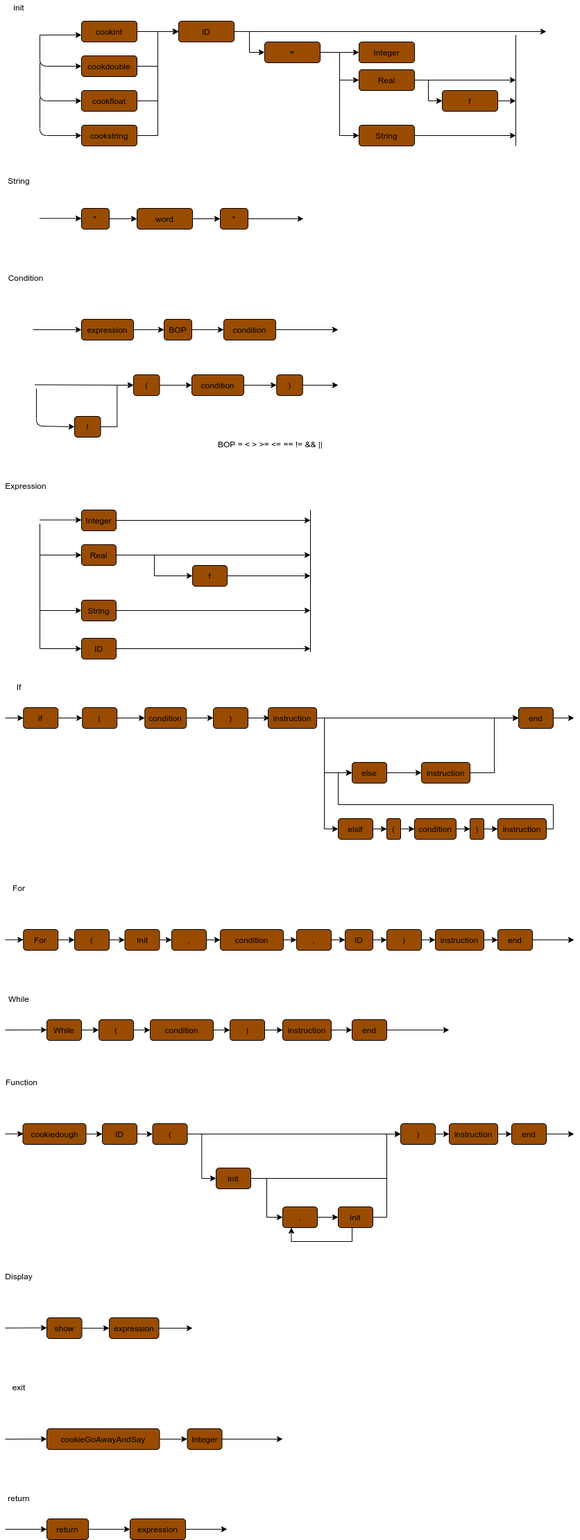
The draw.io diagram img/diagCode.drawio.png in cookiehacker29/CookieLang, before a commit. Source tidied: cells renumbered, new cells last; positions are measured from the earlier drawing's top-left corner, leaving out a move shared by most shapes.
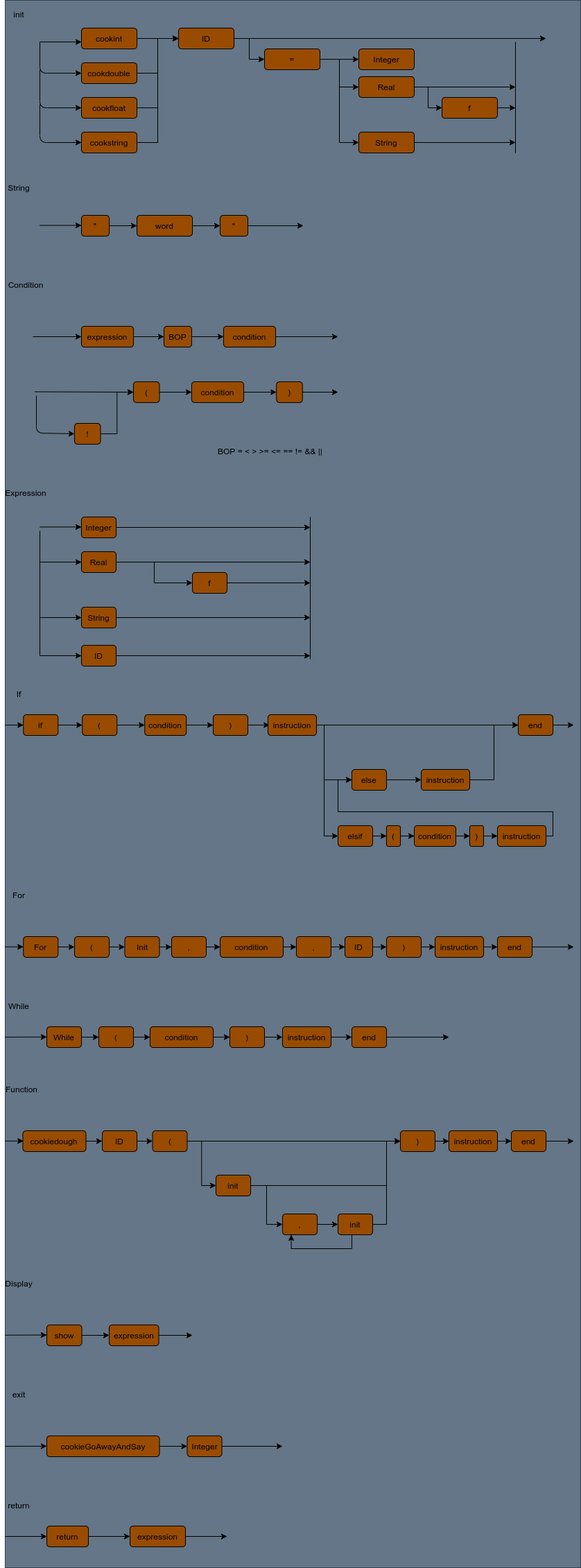
Above is the later version.

Commit message:
Update of the diagCode for the syntax analysis

Change to the diagram source:
```diff
@@ -2,6 +2,9 @@
   <root>
     <mxCell id="0" />
     <mxCell id="1" parent="0" />
+    <mxCell id="182" style="rounded=0;whiteSpace=wrap;html=1;fillColor=#647687;strokeColor=#314354;fontColor=#ffffff;" parent="1" vertex="1">
+      <mxGeometry y="-10" width="830" height="2260" as="geometry" />
+    </mxCell>
     <mxCell id="2" style="edgeStyle=orthogonalEdgeStyle;rounded=0;jettySize=auto;html=1;" parent="1" edge="1" source="3" target="6">
       <mxGeometry relative="1" as="geometry" />
     </mxCell>
```
